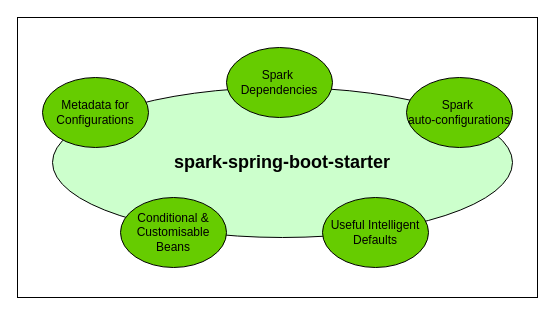
Before: images/Spark Spring boot Starter.drawio in officiallysingh/spring-boot-starter-spark, a draw.io diagram. Source tidied: cells renumbered, new cells numbered last; positions are measured from the earlier drawing's top-left corner, leaving out a move shared by most shapes. Both pictures are drawn from the tidied source at 100%, with x=0, y=0 at pixel (17, 17).
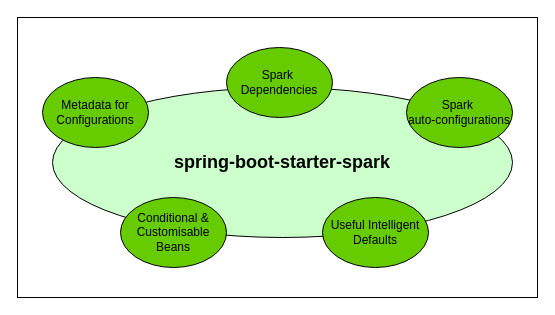
Above is the later version.

Change to the diagram source:
```diff
@@
 <mxGraphModel>
   <root>
     <mxCell id="0" />
     <mxCell id="1" parent="0" />
     <mxCell id="2" style="rounded=0;whiteSpace=wrap;html=1;" parent="1" vertex="1">
       <mxGeometry width="520" height="280" as="geometry" />
     </mxCell>
     <mxCell id="3" style="group;" parent="1" vertex="1">
       <mxGeometry x="25" y="30" width="470" height="220" as="geometry" />
     </mxCell>
-    <mxCell id="4" value="&lt;b&gt;&lt;font style=&quot;font-size: 18px;&quot;&gt;spark-spring-boot-starter&lt;/font&gt;&lt;/b&gt;" style="ellipse;whiteSpace=wrap;html=1;fillColor=#CCFFCC;" parent="3" vertex="1">
+    <mxCell id="4" value="&lt;b&gt;&lt;font style=&quot;font-size: 18px;&quot;&gt;spring-boot-starter-&lt;/font&gt;&lt;/b&gt;&lt;b&gt;&lt;font style=&quot;font-size: 18px;&quot;&gt;spark&lt;/font&gt;&lt;/b&gt;" style="ellipse;whiteSpace=wrap;html=1;fillColor=#CCFFCC;" parent="3" vertex="1">
       <mxGeometry x="10" y="40" width="460" height="150" as="geometry" />
     </mxCell>
     <mxCell id="5" value="Spark&amp;nbsp;&lt;div&gt;Dependencies&lt;/div&gt;" style="ellipse;whiteSpace=wrap;html=1;fillColor=#66CC00;" parent="3" vertex="1">
       <mxGeometry x="184" width="106" height="70" as="geometry" />
     </mxCell>
     <mxCell id="6" value="Spark&amp;nbsp;&lt;div&gt;auto-configurations&lt;/div&gt;" style="ellipse;whiteSpace=wrap;html=1;fillColor=#66CC00;" parent="3" vertex="1">
       <mxGeometry x="364" y="30" width="106" height="70" as="geometry" />
     </mxCell>
     <mxCell id="7" value="Metadata for Configurations" style="ellipse;whiteSpace=wrap;html=1;fillColor=#66CC00;" parent="3" vertex="1">
       <mxGeometry y="30" width="106" height="70" as="geometry" />
     </mxCell>
     <mxCell id="8" value="Conditional &amp;amp; Customisable Beans" style="ellipse;whiteSpace=wrap;html=1;fillColor=#66CC00;" parent="3" vertex="1">
       <mxGeometry x="78" y="150" width="106" height="70" as="geometry" />
     </mxCell>
     <mxCell id="9" value="Useful Intelligent Defaults" style="ellipse;whiteSpace=wrap;html=1;fillColor=#66CC00;" parent="3" vertex="1">
       <mxGeometry x="280" y="150" width="106" height="70" as="geometry" />
     </mxCell>
   </root>
 </mxGraphModel>
```
